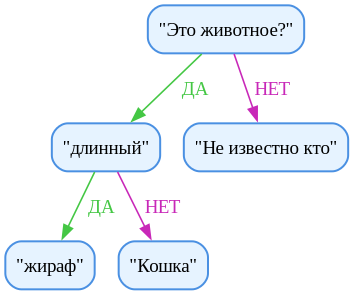
This is graph.png from NikolayNetreba/Task6, a Graphviz export, as it was before one commit. Its source is kept beside it as graph.dot.
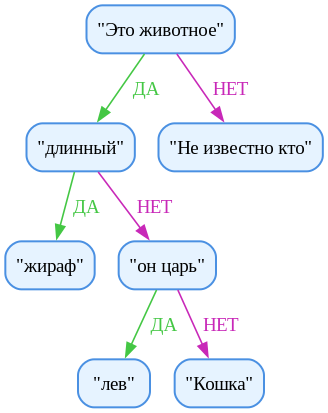
Above is the later version.

What changed in the source:
```diff
@@ -4,13 +4,17 @@
     node [shape=box, style="rounded,filled", fillcolor="#E6F3FF", color="#4A90E2", fontcolor="#000000", penwidth=1.5];
     edge [penwidth=1.2];
 
-    node_0 [label="\"Это животное?\""];
+    node_0 [label="\"Это животное\""];
     node_0 -> node_1 [label=" ДА", color="#44C744", fontcolor="#44C744"];
     node_1 [label="\"длинный\""];
-    node_1 -> node_3 [label=" ДА", color="#44C744", fontcolor="#44C744"];
-    node_3 [label="\"жираф\""];
-    node_1 -> node_4 [label=" НЕТ", color="#C828B8", fontcolor="#C828B8"];
-    node_4 [label="\"Кошка\""];
-    node_0 -> node_2 [label=" НЕТ", color="#C828B8", fontcolor="#C828B8"];
-    node_2 [label="\"Не известно кто\""];
+    node_1 -> node_2 [label=" ДА", color="#44C744", fontcolor="#44C744"];
+    node_2 [label="\"жираф\""];
+    node_1 -> node_3 [label=" НЕТ", color="#C828B8", fontcolor="#C828B8"];
+    node_3 [label="\"он царь\""];
+    node_3 -> node_5 [label=" ДА", color="#44C744", fontcolor="#44C744"];
+    node_5 [label="\"лев\""];
+    node_3 -> node_6 [label=" НЕТ", color="#C828B8", fontcolor="#C828B8"];
+    node_6 [label="\"Кошка\""];
+    node_0 -> node_4 [label=" НЕТ", color="#C828B8", fontcolor="#C828B8"];
+    node_4 [label="\"Не известно кто\""];
 }
```
